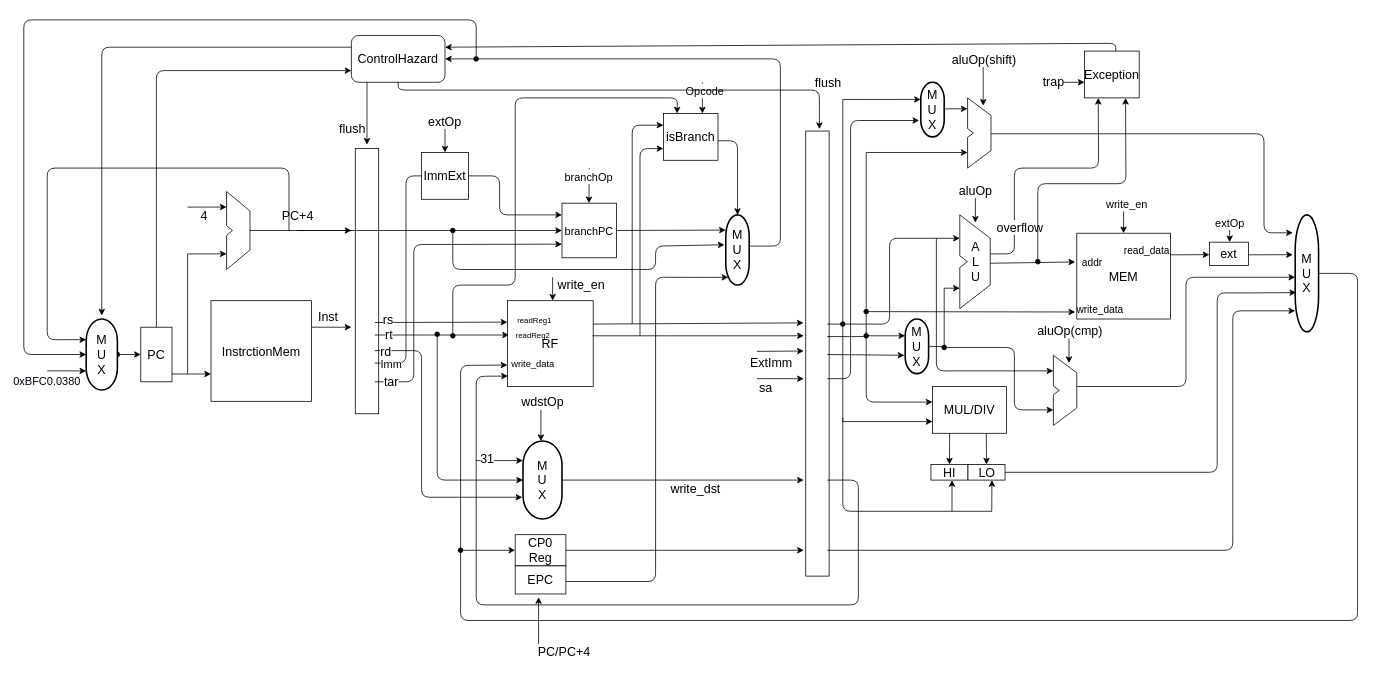
This is Phase2/3-stages-pipeline.drawio from Anlarry/coaa, a draw.io file, before an edit. Source tidied: cells renumbered, new cells numbered last; positions are measured from the earlier drawing's top-left corner, leaving out a move shared by most shapes. Both pictures are drawn from the tidied source at 78%, with x=0, y=0 at pixel (16, 20).
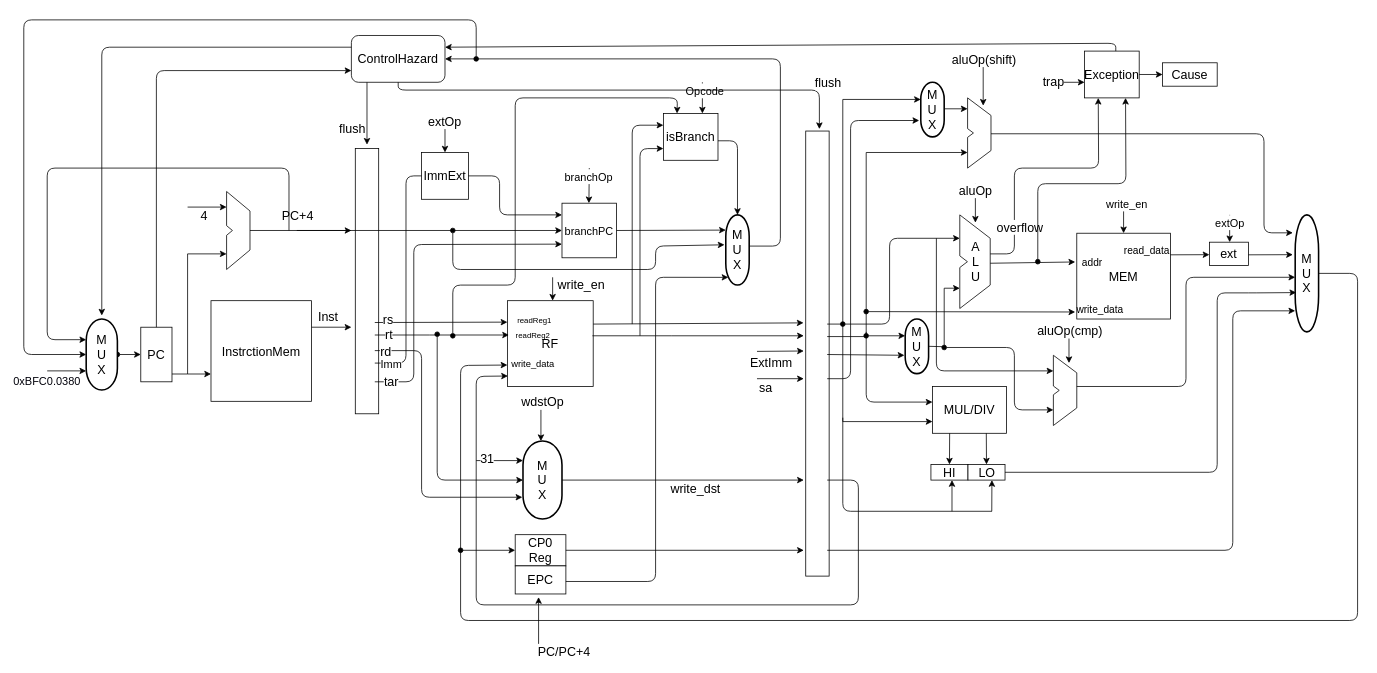
The same diagram, later.

The change refers to these unchanged cells:
```xml
<mxCell id="164" value="Exception" style="rounded=0;whiteSpace=wrap;html=1;fontSize=16;" parent="1" vertex="1">
  <mxGeometry x="1370" y="40" width="70" height="60" as="geometry" />
</mxCell>
```

Change to the diagram source:
```diff
@@
+    <mxCell id="177" value="&lt;font style=&quot;font-size: 16px&quot;&gt;Cause&lt;/font&gt;" style="rounded=0;whiteSpace=wrap;html=1;" parent="1" vertex="1">
+      <mxGeometry x="1470" y="55" width="70" height="30" as="geometry" />
+    </mxCell>
+    <mxCell id="178" style="endArrow=classic;html=1;exitX=1;exitY=0.5;exitDx=0;exitDy=0;" parent="1" edge="1" source="164">
+      <mxGeometry relative="1" as="geometry">
+        <mxPoint x="1470" y="70" as="targetPoint" />
+      </mxGeometry>
+    </mxCell>
```
